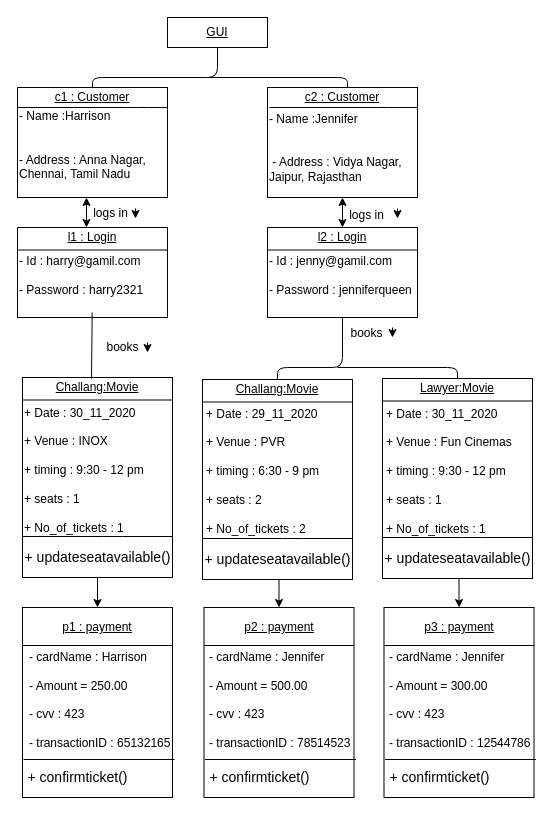
Earlier version of the draw.io diagram OD(Book).drawio (omanshagrawal21/Movie-ticket). Source tidied: cells renumbered, new cells numbered last; positions are measured from the earlier drawing's top-left corner, leaving out a move shared by most shapes. Both pictures are drawn from the tidied source at 100%, with x=0, y=0 at pixel (17, 17).
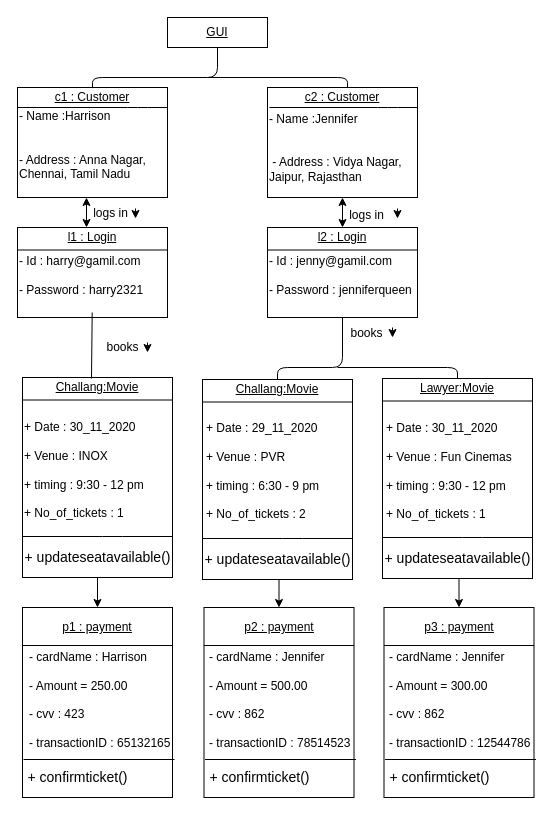
After the change.

What changed in the source:
```diff
@@
-    <mxCell id="31" value="&lt;div align=&quot;left&quot;&gt;&lt;br&gt;&lt;/div&gt;&lt;div align=&quot;left&quot;&gt;+ Date : 30_11_2020&lt;br&gt;&lt;/div&gt;&lt;div align=&quot;left&quot;&gt;&lt;br&gt;&lt;/div&gt;&lt;div align=&quot;left&quot;&gt;+ Venue : INOX&lt;/div&gt;&lt;div align=&quot;left&quot;&gt;&lt;br&gt;&lt;/div&gt;&lt;div align=&quot;left&quot;&gt;+ timing : 9:30 - 12 pm&lt;/div&gt;&lt;div align=&quot;left&quot;&gt;&lt;br&gt;&lt;/div&gt;&lt;div align=&quot;left&quot;&gt;+ seats : 1&lt;/div&gt;&lt;div align=&quot;left&quot;&gt;&lt;br&gt;&lt;/div&gt;&lt;div align=&quot;left&quot;&gt;+ No_of_tickets : 1&lt;br&gt;&lt;/div&gt;&lt;div align=&quot;left&quot;&gt;&lt;br&gt;&lt;/div&gt;&lt;div align=&quot;left&quot;&gt;&lt;br&gt;&lt;/div&gt;" style="text;html=1;strokeColor=none;fillColor=none;align=left;verticalAlign=middle;whiteSpace=wrap;rounded=0;" parent="1" vertex="1">
+    <mxCell id="31" value="&lt;div align=&quot;left&quot;&gt;&lt;br&gt;&lt;/div&gt;&lt;div align=&quot;left&quot;&gt;+ Date : 30_11_2020&lt;br&gt;&lt;/div&gt;&lt;div align=&quot;left&quot;&gt;&lt;br&gt;&lt;/div&gt;&lt;div align=&quot;left&quot;&gt;+ Venue : INOX&lt;/div&gt;&lt;div align=&quot;left&quot;&gt;&lt;br&gt;&lt;/div&gt;&lt;div align=&quot;left&quot;&gt;+ timing : 9:30 - 12 pm&lt;/div&gt;&lt;div align=&quot;left&quot;&gt;&lt;br&gt;&lt;/div&gt;&lt;div align=&quot;left&quot;&gt;+ No_of_tickets : 1&lt;br&gt;&lt;/div&gt;&lt;div align=&quot;left&quot;&gt;&lt;br&gt;&lt;/div&gt;&lt;div align=&quot;left&quot;&gt;&lt;br&gt;&lt;/div&gt;" style="text;html=1;strokeColor=none;fillColor=none;align=left;verticalAlign=middle;whiteSpace=wrap;rounded=0;" parent="1" vertex="1">
       <mxGeometry x="5" y="420" width="150" height="80" as="geometry" />
     </mxCell>
@@
-    <mxCell id="41" value="&lt;div align=&quot;left&quot;&gt;&lt;br&gt;&lt;/div&gt;&lt;div align=&quot;left&quot;&gt;+ Date : 29_11_2020&lt;br&gt;&lt;/div&gt;&lt;div align=&quot;left&quot;&gt;&lt;br&gt;&lt;/div&gt;&lt;div align=&quot;left&quot;&gt;+ Venue : PVR&lt;br&gt;&lt;/div&gt;&lt;div align=&quot;left&quot;&gt;&lt;br&gt;&lt;/div&gt;&lt;div align=&quot;left&quot;&gt;+ timing : 6:30 - 9 pm&lt;/div&gt;&lt;div align=&quot;left&quot;&gt;&lt;br&gt;&lt;/div&gt;&lt;div align=&quot;left&quot;&gt;+ seats : 2&lt;br&gt;&lt;/div&gt;&lt;div align=&quot;left&quot;&gt;&lt;br&gt;&lt;/div&gt;&lt;div align=&quot;left&quot;&gt;+ No_of_tickets : 2&lt;br&gt;&lt;/div&gt;&lt;div align=&quot;left&quot;&gt;&lt;br&gt;&lt;/div&gt;&lt;div align=&quot;left&quot;&gt;&lt;br&gt;&lt;/div&gt;" style="text;html=1;strokeColor=none;fillColor=none;align=left;verticalAlign=middle;whiteSpace=wrap;rounded=0;" parent="1" vertex="1">
+    <mxCell id="41" value="&lt;div align=&quot;left&quot;&gt;&lt;br&gt;&lt;/div&gt;&lt;div align=&quot;left&quot;&gt;+ Date : 29_11_2020&lt;br&gt;&lt;/div&gt;&lt;div align=&quot;left&quot;&gt;&lt;br&gt;&lt;/div&gt;&lt;div align=&quot;left&quot;&gt;+ Venue : PVR&lt;br&gt;&lt;/div&gt;&lt;div align=&quot;left&quot;&gt;&lt;br&gt;&lt;/div&gt;&lt;div align=&quot;left&quot;&gt;+ timing : 6:30 - 9 pm&lt;/div&gt;&lt;div align=&quot;left&quot;&gt;&lt;br&gt;&lt;/div&gt;&lt;div align=&quot;left&quot;&gt;+ No_of_tickets : 2&lt;br&gt;&lt;/div&gt;&lt;div align=&quot;left&quot;&gt;&lt;br&gt;&lt;/div&gt;&lt;div align=&quot;left&quot;&gt;&lt;br&gt;&lt;/div&gt;" style="text;html=1;strokeColor=none;fillColor=none;align=left;verticalAlign=middle;whiteSpace=wrap;rounded=0;" parent="1" vertex="1">
       <mxGeometry x="186.5" y="420" width="150" height="82" as="geometry" />
     </mxCell>
@@
-    <mxCell id="49" value="&lt;div align=&quot;left&quot;&gt;&lt;br&gt;&lt;/div&gt;&lt;div align=&quot;left&quot;&gt;+ Date : 30_11_2020&lt;br&gt;&lt;/div&gt;&lt;div align=&quot;left&quot;&gt;&lt;br&gt;&lt;/div&gt;&lt;div align=&quot;left&quot;&gt;+ Venue : Fun Cinemas&lt;br&gt;&lt;/div&gt;&lt;div align=&quot;left&quot;&gt;&lt;br&gt;&lt;/div&gt;&lt;div align=&quot;left&quot;&gt;+ timing : 9:30 - 12 pm&lt;/div&gt;&lt;div align=&quot;left&quot;&gt;&lt;br&gt;&lt;/div&gt;&lt;div align=&quot;left&quot;&gt;+ seats : 1&lt;/div&gt;&lt;div align=&quot;left&quot;&gt;&lt;br&gt;&lt;/div&gt;&lt;div align=&quot;left&quot;&gt;+ No_of_tickets : 1&lt;br&gt;&lt;/div&gt;&lt;div align=&quot;left&quot;&gt;&lt;br&gt;&lt;/div&gt;&lt;div align=&quot;left&quot;&gt;&lt;br&gt;&lt;/div&gt;" style="text;html=1;strokeColor=none;fillColor=none;align=left;verticalAlign=middle;whiteSpace=wrap;rounded=0;" parent="1" vertex="1">
+    <mxCell id="49" value="&lt;div align=&quot;left&quot;&gt;&lt;br&gt;&lt;/div&gt;&lt;div align=&quot;left&quot;&gt;+ Date : 30_11_2020&lt;br&gt;&lt;/div&gt;&lt;div align=&quot;left&quot;&gt;&lt;br&gt;&lt;/div&gt;&lt;div align=&quot;left&quot;&gt;+ Venue : Fun Cinemas&lt;br&gt;&lt;/div&gt;&lt;div align=&quot;left&quot;&gt;&lt;br&gt;&lt;/div&gt;&lt;div align=&quot;left&quot;&gt;+ timing : 9:30 - 12 pm&lt;/div&gt;&lt;div align=&quot;left&quot;&gt;&lt;br&gt;&lt;/div&gt;&lt;div align=&quot;left&quot;&gt;+ No_of_tickets : 1&lt;br&gt;&lt;/div&gt;&lt;div align=&quot;left&quot;&gt;&lt;br&gt;&lt;/div&gt;&lt;div align=&quot;left&quot;&gt;&lt;br&gt;&lt;/div&gt;" style="text;html=1;strokeColor=none;fillColor=none;align=left;verticalAlign=middle;whiteSpace=wrap;rounded=0;" parent="1" vertex="1">
       <mxGeometry x="366.5" y="421" width="150" height="80" as="geometry" />
     </mxCell>
@@
-    <mxCell id="64" value="&lt;div&gt;- cardName : Jennifer&lt;/div&gt;&lt;div&gt;&lt;br&gt;&lt;/div&gt;&lt;div&gt;- Amount = 300.00&lt;/div&gt;&lt;div&gt;&lt;br&gt;&lt;/div&gt;&lt;div&gt;- cvv : 423&lt;/div&gt;&lt;div&gt;&lt;br&gt;&lt;/div&gt;&lt;div&gt;- transactionID : 12544786&lt;br&gt;&lt;/div&gt;&lt;div align=&quot;left&quot;&gt;&lt;br&gt;&lt;/div&gt;&lt;div align=&quot;left&quot;&gt;&lt;br&gt;&lt;/div&gt;" style="text;html=1;strokeColor=none;fillColor=none;align=left;verticalAlign=middle;whiteSpace=wrap;rounded=0;" parent="1" vertex="1">
+    <mxCell id="64" value="&lt;div&gt;- cardName : Jennifer&lt;/div&gt;&lt;div&gt;&lt;br&gt;&lt;/div&gt;&lt;div&gt;- Amount = 300.00&lt;/div&gt;&lt;div&gt;&lt;br&gt;&lt;/div&gt;&lt;div&gt;- cvv : 862&lt;br&gt;&lt;/div&gt;&lt;div&gt;&lt;br&gt;&lt;/div&gt;&lt;div&gt;- transactionID : 12544786&lt;br&gt;&lt;/div&gt;&lt;div align=&quot;left&quot;&gt;&lt;br&gt;&lt;/div&gt;&lt;div align=&quot;left&quot;&gt;&lt;br&gt;&lt;/div&gt;" style="text;html=1;strokeColor=none;fillColor=none;align=left;verticalAlign=middle;whiteSpace=wrap;rounded=0;" parent="1" vertex="1">
       <mxGeometry x="370" y="667" width="150" height="60" as="geometry" />
     </mxCell>
@@
-    <mxCell id="70" value="&lt;div&gt;- cardName : Jennifer&lt;/div&gt;&lt;div&gt;&lt;br&gt;&lt;/div&gt;&lt;div&gt;- Amount = 500.00&lt;/div&gt;&lt;div&gt;&lt;br&gt;&lt;/div&gt;&lt;div&gt;- cvv : 423&lt;/div&gt;&lt;div&gt;&lt;br&gt;&lt;/div&gt;&lt;div&gt;- transactionID : 78514523&lt;br&gt;&lt;/div&gt;&lt;div align=&quot;left&quot;&gt;&lt;br&gt;&lt;/div&gt;&lt;div align=&quot;left&quot;&gt;&lt;br&gt;&lt;/div&gt;" style="text;html=1;strokeColor=none;fillColor=none;align=left;verticalAlign=middle;whiteSpace=wrap;rounded=0;" parent="1" vertex="1">
+    <mxCell id="70" value="&lt;div&gt;- cardName : Jennifer&lt;/div&gt;&lt;div&gt;&lt;br&gt;&lt;/div&gt;&lt;div&gt;- Amount = 500.00&lt;/div&gt;&lt;div&gt;&lt;br&gt;&lt;/div&gt;&lt;div&gt;- cvv : 862&lt;br&gt;&lt;/div&gt;&lt;div&gt;&lt;br&gt;&lt;/div&gt;&lt;div&gt;- transactionID : 78514523&lt;br&gt;&lt;/div&gt;&lt;div align=&quot;left&quot;&gt;&lt;br&gt;&lt;/div&gt;&lt;div align=&quot;left&quot;&gt;&lt;br&gt;&lt;/div&gt;" style="text;html=1;strokeColor=none;fillColor=none;align=left;verticalAlign=middle;whiteSpace=wrap;rounded=0;" parent="1" vertex="1">
       <mxGeometry x="190" y="667" width="150" height="60" as="geometry" />
     </mxCell>
```
